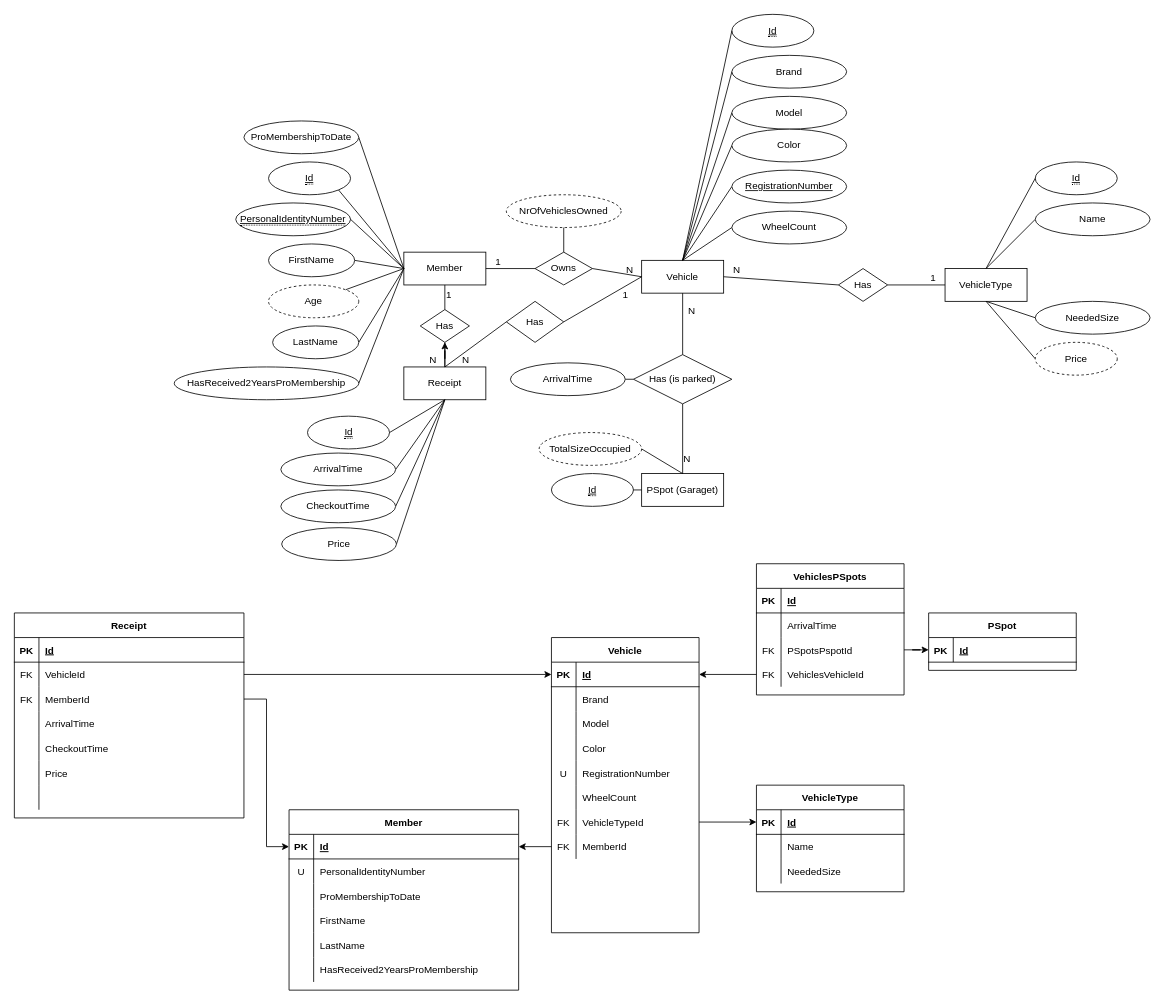
Above: MVCGarage/DrawIO/ERGarage.drawio in mskogfeldt/MVCGarage (draw.io), before the change. Source tidied: cells renumbered, new cells numbered last; positions are measured from the earlier drawing's top-left corner, leaving out a move shared by most shapes. Both pictures are drawn from the tidied source at 82%, with x=0, y=0 at pixel (14, 14).
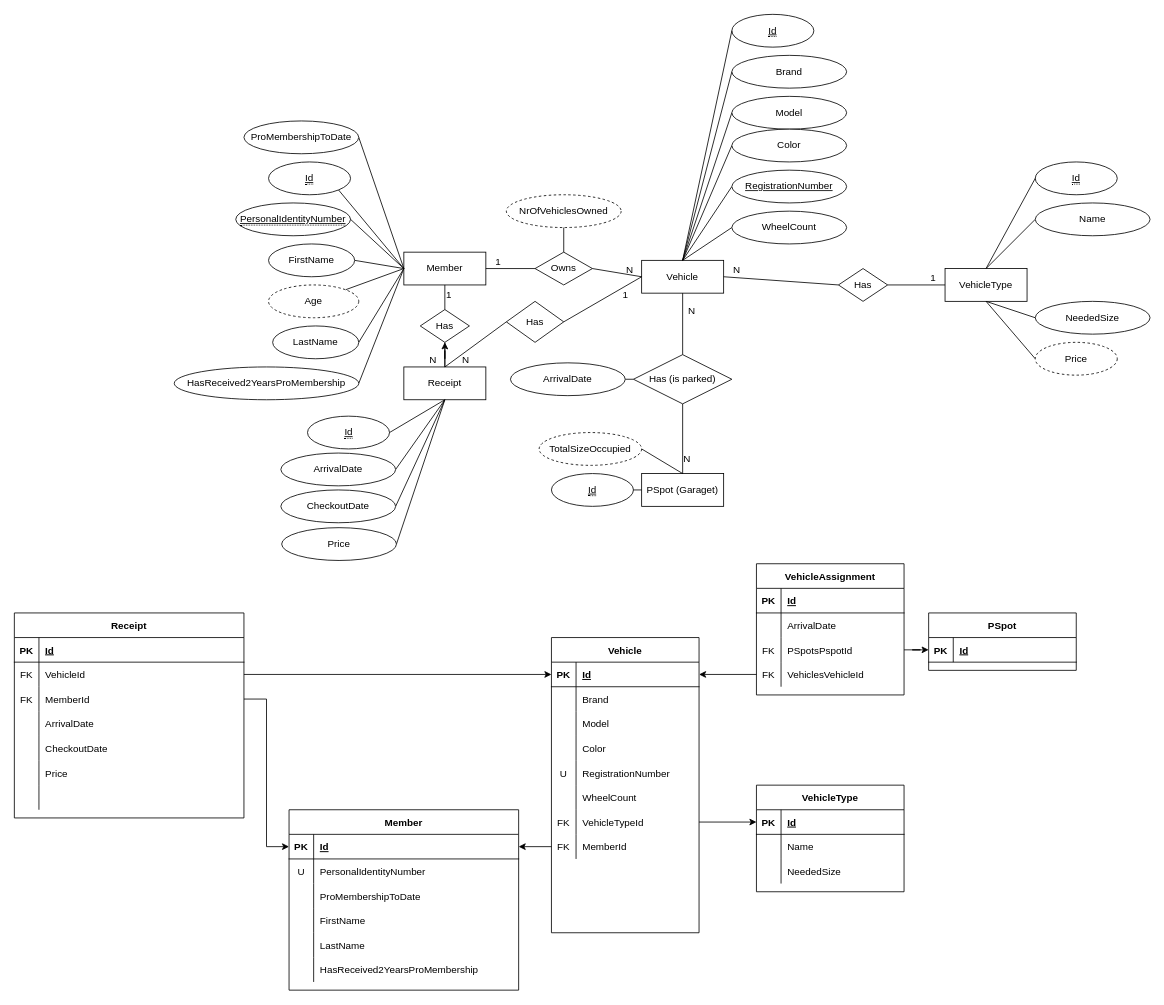
The same page after the edit.

Commit message:
changed a few column and table names to match what we choose in code

Unchanged cells that the change refers to:
```xml
<mxCell id="146" style="shape=tableRow;horizontal=0;startSize=0;swimlaneHead=0;swimlaneBody=0;fillColor=none;top=0;left=0;right=0;bottom=0;" parent="142" vertex="1">
  <mxGeometry y="60" width="180" height="30" as="geometry" />
</mxCell>
<mxCell id="167" style="shape=tableRow;horizontal=0;startSize=0;swimlaneHead=0;swimlaneBody=0;fillColor=none;top=0;left=0;right=0;bottom=0;" parent="157" vertex="1">
  <mxGeometry y="120" width="280" height="30" as="geometry" />
</mxCell>
<mxCell id="170" style="shape=tableRow;horizontal=0;startSize=0;swimlaneHead=0;swimlaneBody=0;fillColor=none;top=0;left=0;right=0;bottom=0;" parent="157" vertex="1">
  <mxGeometry y="150" width="280" height="30" as="geometry" />
</mxCell>
```

Change to the diagram source:
```diff
@@
-    <mxCell id="121" value="ArrivalTime" style="ellipse;whiteSpace=wrap;html=1;align=center;" parent="1" vertex="1">
+    <mxCell id="121" value="ArrivalDate" style="ellipse;whiteSpace=wrap;html=1;align=center;" parent="1" vertex="1">
       <mxGeometry x="325" y="535" width="140" height="40" as="geometry" />
     </mxCell>
-    <mxCell id="122" value="CheckoutTime" style="ellipse;whiteSpace=wrap;html=1;align=center;" parent="1" vertex="1">
+    <mxCell id="122" value="CheckoutDate" style="ellipse;whiteSpace=wrap;html=1;align=center;" parent="1" vertex="1">
       <mxGeometry x="325" y="580" width="140" height="40" as="geometry" />
     </mxCell>
@@
-    <mxCell id="124" value="ArrivalTime" style="ellipse;whiteSpace=wrap;html=1;align=center;" parent="1" vertex="1">
+    <mxCell id="124" value="ArrivalDate" style="ellipse;whiteSpace=wrap;html=1;align=center;" parent="1" vertex="1">
       <mxGeometry x="605" y="425" width="140" height="40" as="geometry" />
     </mxCell>
@@
-    <mxCell id="142" value="VehiclesPSpots" style="shape=table;startSize=30;childLayout=tableLayout;rowLines=0;fontStyle=1;align=center;" parent="1" vertex="1">
+    <mxCell id="142" value="VehicleAssignment" style="shape=table;startSize=30;childLayout=tableLayout;rowLines=0;fontStyle=1;align=center;" parent="1" vertex="1">
       <mxGeometry x="905" y="670" width="180" height="160" as="geometry" />
     </mxCell>
@@
-    <mxCell id="148" value="ArrivalTime" style="shape=partialRectangle;fillColor=none;top=0;left=0;bottom=0;right=0;align=left;spacingLeft=6;overflow=hidden;" parent="146" vertex="1">
+    <mxCell id="148" value="ArrivalDate" style="shape=partialRectangle;fillColor=none;top=0;left=0;bottom=0;right=0;align=left;spacingLeft=6;overflow=hidden;" parent="146" vertex="1">
       <mxGeometry x="30" width="150" height="30" as="geometry" />
     </mxCell>
@@
-    <mxCell id="169" value="ArrivalTime" style="shape=partialRectangle;fillColor=none;top=0;left=0;bottom=0;right=0;align=left;spacingLeft=6;overflow=hidden;" parent="167" vertex="1">
+    <mxCell id="169" value="ArrivalDate" style="shape=partialRectangle;fillColor=none;top=0;left=0;bottom=0;right=0;align=left;spacingLeft=6;overflow=hidden;" parent="167" vertex="1">
       <mxGeometry x="30" width="250" height="30" as="geometry" />
     </mxCell>
@@
-    <mxCell id="172" value="CheckoutTime" style="shape=partialRectangle;fillColor=none;top=0;left=0;bottom=0;right=0;align=left;spacingLeft=6;overflow=hidden;" parent="170" vertex="1">
+    <mxCell id="172" value="CheckoutDate" style="shape=partialRectangle;fillColor=none;top=0;left=0;bottom=0;right=0;align=left;spacingLeft=6;overflow=hidden;" parent="170" vertex="1">
       <mxGeometry x="30" width="250" height="30" as="geometry" />
     </mxCell>
```
